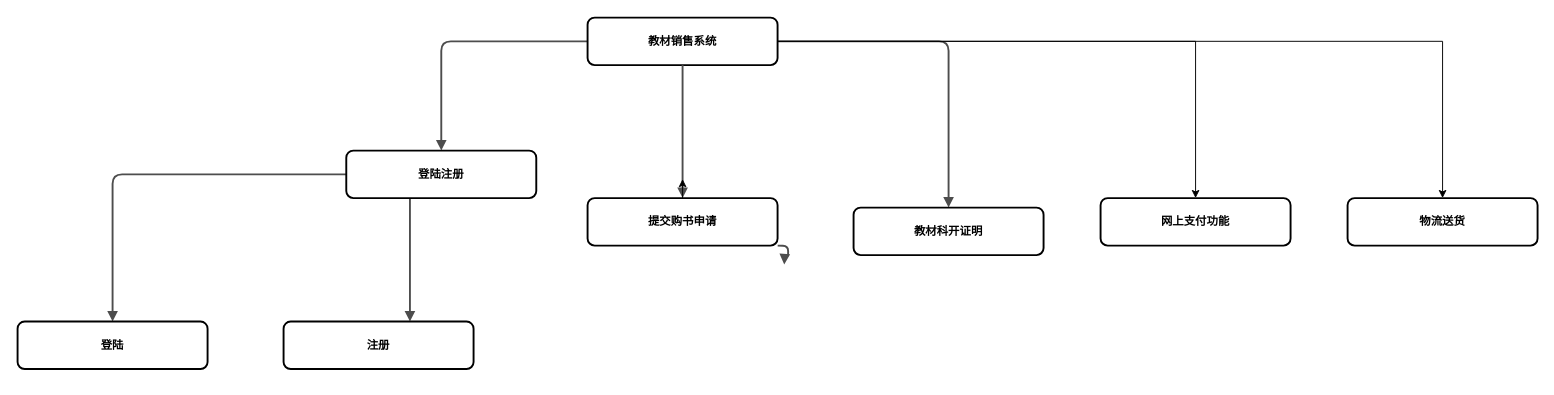
The draw.io diagram 教材销售系统4.drawio in heibaike123/-, before the edit. Source tidied: cells renumbered, new cells numbered last; positions are measured from the earlier drawing's top-left corner, leaving out a move shared by most shapes. Both pictures are drawn from the tidied source at 95%, with x=0, y=0 at pixel (17, 17).
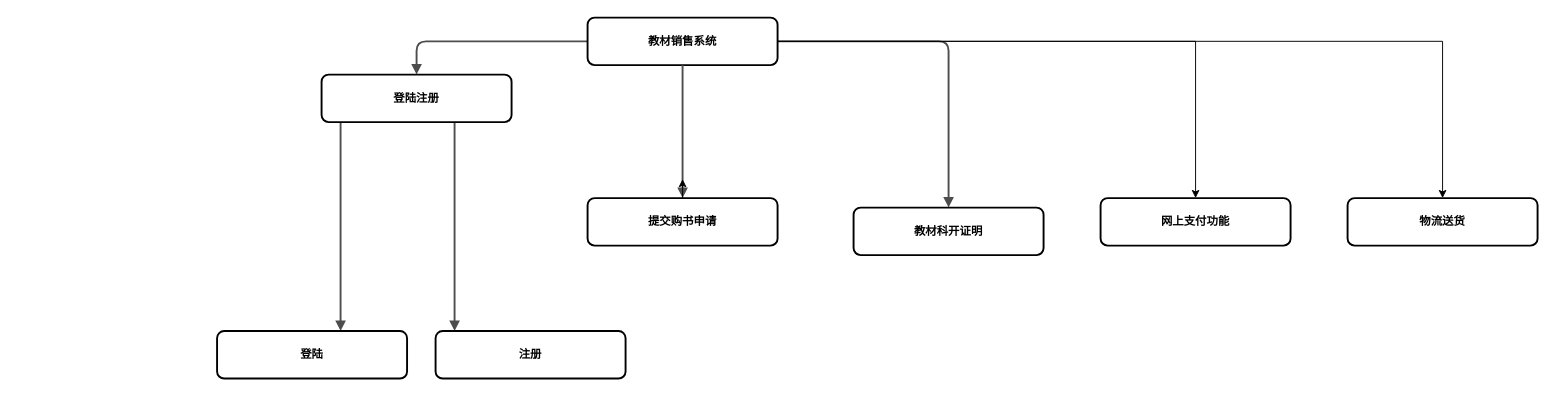
The same page after the edit.

Commit message (it also covers changes not shown here):
更新教材销售系统4.drawio

What changed in the source:
```diff
@@
-    <mxCell id="2" style="edgeStyle=orthogonalEdgeStyle;rounded=1;html=1;labelBackgroundColor=none;endArrow=block;endFill=1;strokeColor=#4D4D4D;strokeWidth=2;fontFamily=Verdana;fontSize=12;fontStyle=1;" parent="1" edge="1">
-      <mxGeometry relative="1" as="geometry">
-        <mxPoint x="800.1" y="240" as="sourcePoint" />
-        <mxPoint x="807" y="260" as="targetPoint" />
-      </mxGeometry>
-    </mxCell>
@@
     <mxCell id="5" style="edgeStyle=elbowEdgeStyle;rounded=1;html=1;labelBackgroundColor=none;endArrow=block;endFill=1;strokeColor=#4D4D4D;strokeWidth=2;fontFamily=Verdana;fontSize=12;fontStyle=1;" parent="1" edge="1" source="8" target="9">
-      <mxGeometry relative="1" as="geometry" />
+      <mxGeometry relative="1" as="geometry">
+        <Array as="points">
+          <mxPoint x="460" y="210" />
+        </Array>
+      </mxGeometry>
     </mxCell>
     <mxCell id="6" style="edgeStyle=orthogonalEdgeStyle;rounded=1;html=1;labelBackgroundColor=none;endArrow=block;endFill=1;strokeColor=#4D4D4D;strokeWidth=2;fontFamily=Verdana;fontSize=12;fontStyle=1;" parent="1" edge="1" source="8" target="7">
-      <mxGeometry relative="1" as="geometry" />
+      <mxGeometry relative="1" as="geometry">
+        <Array as="points">
+          <mxPoint x="340" y="280" />
+          <mxPoint x="340" y="280" />
+        </Array>
+      </mxGeometry>
     </mxCell>
     <mxCell id="7" value="登陆" style="whiteSpace=wrap;html=1;rounded=1;shadow=0;comic=0;strokeWidth=2;fontFamily=Verdana;align=center;fontSize=12;fontStyle=1;" parent="1" vertex="1">
-      <mxGeometry y="320" width="200" height="50" as="geometry" />
+      <mxGeometry x="210" y="330" width="200" height="50" as="geometry" />
     </mxCell>
     <mxCell id="8" value="登陆注册" style="whiteSpace=wrap;html=1;rounded=1;shadow=0;comic=0;strokeWidth=2;fontFamily=Verdana;align=center;fontSize=12;fontStyle=1;" parent="1" vertex="1">
-      <mxGeometry x="346" y="140" width="200" height="50" as="geometry" />
+      <mxGeometry x="320" y="60" width="200" height="50" as="geometry" />
     </mxCell>
     <mxCell id="9" value="注册" style="whiteSpace=wrap;html=1;rounded=1;shadow=0;comic=0;strokeWidth=2;fontFamily=Verdana;align=center;fontSize=12;fontStyle=1;" parent="1" vertex="1">
-      <mxGeometry x="280" y="320" width="200" height="50" as="geometry" />
+      <mxGeometry x="440" y="330" width="200" height="50" as="geometry" />
     </mxCell>
```
